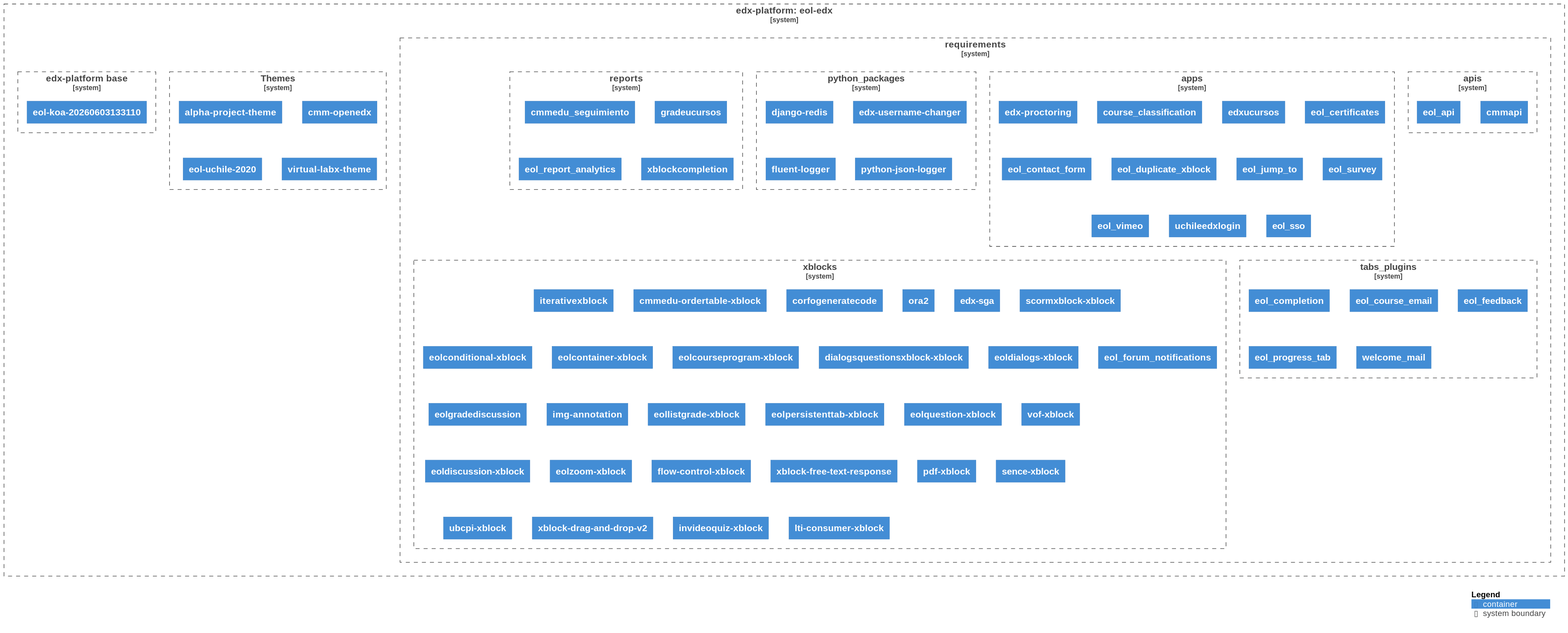
Earlier version of the PlantUML export diagrams/diagram.svg (eol-uchile/eol-edx).
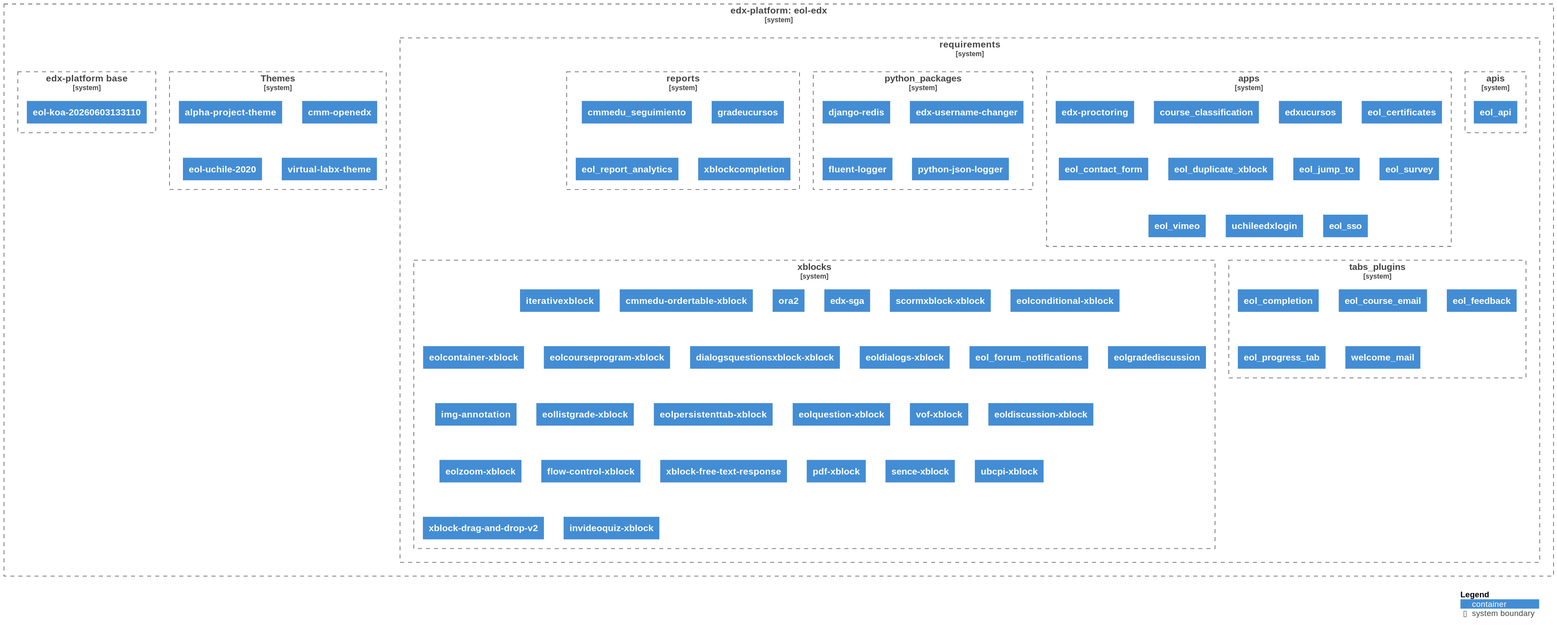
After the commit.

Commit message:
chore: Auto-generate UML diagram

Change to the diagram source:
```diff
@@ -9,9 +9,7 @@
 
             System_Boundary(apis, "apis", $link="https://github.com/eol-uchile/eol-edx/blob/eol-release/koa/requirements/apis.txt") {
 
-                Container(apis1, "cmmapi", $link="https://github.com/eol-uchile/CMM-API/commit/03c52a7087341288f01aa3fe130c6d3f0e34cade")
-
-                Container(apis2, "eol_api", $link="https://github.com/eol-uchile/eol-api/releases/tag/1.2.0")
+                Container(apis1, "eol_api", $link="https://github.com/eol-uchile/eol-api/releases/tag/1.2.0")
 
             }
 
@@ -21,7 +19,7 @@
 
                 Container(apps2, "course_classification", $link="https://github.com/eol-uchile/course_classification/releases/tag/1.5.2")
 
-                Container(apps3, "edxucursos", $link="https://github.com/eol-uchile/edx-ucursos/releases/tag/2.0.0")
+                Container(apps3, "edxucursos", $link="https://github.com/eol-uchile/edx-ucursos/releases/tag/3.0.1")
 
                 Container(apps4, "eol_certificates", $link="https://github.com/eol-uchile/eol-certificates/releases/tag/0.2.0")
 
@@ -85,57 +83,53 @@
 
                 Container(xblocks2, "cmmedu-ordertable-xblock", $link="https://github.com/cmmedu/cmmedu-ordertable-xblock/releases/tag/v1.0.1")
 
-                Container(xblocks3, "corfogeneratecode", $link="https://github.com/eol-uchile/corfo_generate_code/releases/tag/1.0.0")
+                Container(xblocks3, "ora2", $link="https://github.com/eol-uchile/edx-ora2/commit/e873498bd2671b830f19a2441ec1608b7d4bbbc4")
 
-                Container(xblocks4, "ora2", $link="https://github.com/eol-uchile/edx-ora2/commit/e873498bd2671b830f19a2441ec1608b7d4bbbc4")
+                Container(xblocks4, "edx-sga", $link="https://github.com/eol-uchile/edx-sga/releases/tag/0.10.0+eol3.1.2")
 
-                Container(xblocks5, "edx-sga", $link="https://github.com/eol-uchile/edx-sga/releases/tag/0.10.0+eol3.1.2")
+                Container(xblocks5, "scormxblock-xblock", $link="https://github.com/eol-uchile/edx_xblock_scorm/commit/c23184c0e22a7847f0b0c917bbe431c2973770fb")
 
-                Container(xblocks6, "scormxblock-xblock", $link="https://github.com/eol-uchile/edx_xblock_scorm/commit/c23184c0e22a7847f0b0c917bbe431c2973770fb")
+                Container(xblocks6, "eolconditional-xblock", $link="https://github.com/eol-uchile/eol-conditional-xblock/releases/tag/1.0.0")
 
-                Container(xblocks7, "eolconditional-xblock", $link="https://github.com/eol-uchile/eol-conditional-xblock/releases/tag/1.0.0")
+                Container(xblocks7, "eolcontainer-xblock", $link="https://github.com/eol-uchile/eol-container-xblock/releases/tag/v1.1.0")
 
-                Container(xblocks8, "eolcontainer-xblock", $link="https://github.com/eol-uchile/eol-container-xblock/releases/tag/v1.1.0")
+                Container(xblocks8, "eolcourseprogram-xblock", $link="https://github.com/eol-uchile/eol-course-program-xblock/commit/df549273a21c6b4674c6645940d7f33c4c8a2aea")
 
-                Container(xblocks9, "eolcourseprogram-xblock", $link="https://github.com/eol-uchile/eol-course-program-xblock/commit/df549273a21c6b4674c6645940d7f33c4c8a2aea")
+                Container(xblocks9, "dialogsquestionsxblock-xblock", $link="https://github.com/eol-uchile/eol-dialogs-question-xblock/releases/tag/v1.0.0")
 
-                Container(xblocks10, "dialogsquestionsxblock-xblock", $link="https://github.com/eol-uchile/eol-dialogs-question-xblock/releases/tag/v1.0.0")
+                Container(xblocks10, "eoldialogs-xblock", $link="https://github.com/eol-uchile/eol-dialogs-xblock/releases/tag/1.0.0")
 
-                Container(xblocks11, "eoldialogs-xblock", $link="https://github.com/eol-uchile/eol-dialogs-xblock/releases/tag/1.0.0")
+                Container(xblocks11, "eol_forum_notifications", $link="https://github.com/eol-uchile/eol_forum_notifications/releases/tag/1.0.4")
 
-                Container(xblocks12, "eol_forum_notifications", $link="https://github.com/eol-uchile/eol_forum_notifications/releases/tag/1.0.4")
+                Container(xblocks12, "eolgradediscussion", $link="https://github.com/eol-uchile/eol_gradeforum_xblock/releases/tag/1.0.0")
 
-                Container(xblocks13, "eolgradediscussion", $link="https://github.com/eol-uchile/eol_gradeforum_xblock/releases/tag/1.0.0")
+                Container(xblocks13, "img-annotation", $link="https://github.com/eol-uchile/eol_img_annotation/releases/tag/1.0.1")
 
-                Container(xblocks14, "img-annotation", $link="https://github.com/eol-uchile/eol_img_annotation/releases/tag/1.0.1")
+                Container(xblocks14, "eollistgrade-xblock", $link="https://github.com/eol-uchile/eol_list_grade/releases/tag/1.0.0")
 
-                Container(xblocks15, "eollistgrade-xblock", $link="https://github.com/eol-uchile/eol_list_grade/releases/tag/1.0.0")
+                Container(xblocks15, "eolpersistenttab-xblock", $link="https://github.com/eol-uchile/eol-persistent-tab-xblock/releases/tag/1.0.0")
 
-                Container(xblocks16, "eolpersistenttab-xblock", $link="https://github.com/eol-uchile/eol-persistent-tab-xblock/releases/tag/1.0.0")
+                Container(xblocks16, "eolquestion-xblock", $link="https://github.com/eol-uchile/eol-question-xblock/releases/tag/v1.0.0")
 
-                Container(xblocks17, "eolquestion-xblock", $link="https://github.com/eol-uchile/eol-question-xblock/releases/tag/v1.0.0")
+                Container(xblocks17, "vof-xblock", $link="https://github.com/eol-uchile/eol-vof-xblock/releases/tag/v1.0.1")
 
-                Container(xblocks18, "vof-xblock", $link="https://github.com/eol-uchile/eol-vof-xblock/releases/tag/v1.0.1")
+                Container(xblocks18, "eoldiscussion-xblock", $link="https://github.com/eol-uchile/eol_xblock_discussion/releases/tag/1.3.1")
 
-                Container(xblocks19, "eoldiscussion-xblock", $link="https://github.com/eol-uchile/eol_xblock_discussion/releases/tag/1.1.1")
+                Container(xblocks19, "eolzoom-xblock", $link="https://github.com/eol-uchile/eol-zoom-xblock/releases/tag/1.1.2")
 
-                Container(xblocks20, "eolzoom-xblock", $link="https://github.com/eol-uchile/eol-zoom-xblock/releases/tag/1.1.2")
+                Container(xblocks20, "flow-control-xblock", $link="https://github.com/eduNEXT/flow-control-xblock/releases/tag/v1.0.1")
 
-                Container(xblocks21, "flow-control-xblock", $link="https://github.com/eduNEXT/flow-control-xblock/releases/tag/v1.0.1")
+                Container(xblocks21, "xblock-free-text-response", $link="https://github.com/eol-uchile/free-text-response/releases/tag/0.4.1")
 
-                Container(xblocks22, "xblock-free-text-response", $link="https://github.com/eol-uchile/free-text-response/releases/tag/0.4.1")
+                Container(xblocks22, "pdf-xblock", $link="https://github.com/eol-uchile/pdfXBlock/releases/tag/v0.5.1")
 
-                Container(xblocks23, "pdf-xblock", $link="https://github.com/eol-uchile/pdfXBlock/releases/tag/v0.5.1")
+                Container(xblocks23, "sence-xblock", $link="https://github.com/eol-uchile/sence-xblock/releases/tag/2.0.0")
 
-                Container(xblocks24, "sence-xblock", $link="https://github.com/eol-uchile/sence-xblock/releases/tag/2.0.0")
+                Container(xblocks24, "ubcpi-xblock", $link="https://github.com/eol-uchile/ubcpi/releases/tag/1.0.0")
 
-                Container(xblocks25, "ubcpi-xblock", $link="https://github.com/eol-uchile/ubcpi/releases/tag/1.0.0")
+                Container(xblocks25, "xblock-drag-and-drop-v2", $link="https://github.com/openedx/xblock-drag-and-drop-v2/releases/tag/v3.0.0")
 
-                Container(xblocks26, "xblock-drag-and-drop-v2", $link="https://github.com/openedx/xblock-drag-and-drop-v2/releases/tag/v3.0.0")
-
-                Container(xblocks27, "invideoquiz-xblock", $link="https://github.com/eol-uchile/xblock-in-video-quiz/commit/1555dcbd96341f19b76f915f0135f46192869796")
-
-                Container(xblocks28, "lti-consumer-xblock", $link="https://github.com/eol-uchile/xblock-lti-consumer/commit/b1384343be9ae1a4d6de5760a3a5c1475a3024cf")
+                Container(xblocks26, "invideoquiz-xblock", $link="https://github.com/eol-uchile/xblock-in-video-quiz/commit/1555dcbd96341f19b76f915f0135f46192869796")
 
             }
 
```
